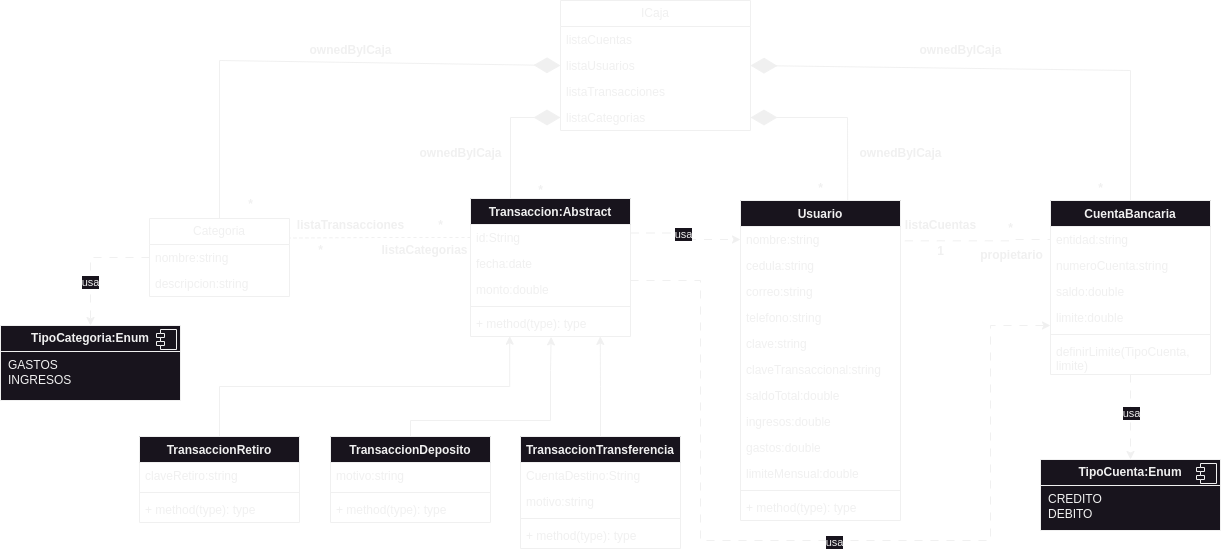
This is modeloClases.png from Jorge-ivan-aa/ProyectoFinal3, a draw.io export, as it was before one commit. Source tidied: cells renumbered, new cells last; positions are measured from the earlier drawing's top-left corner, leaving out a move shared by most shapes.
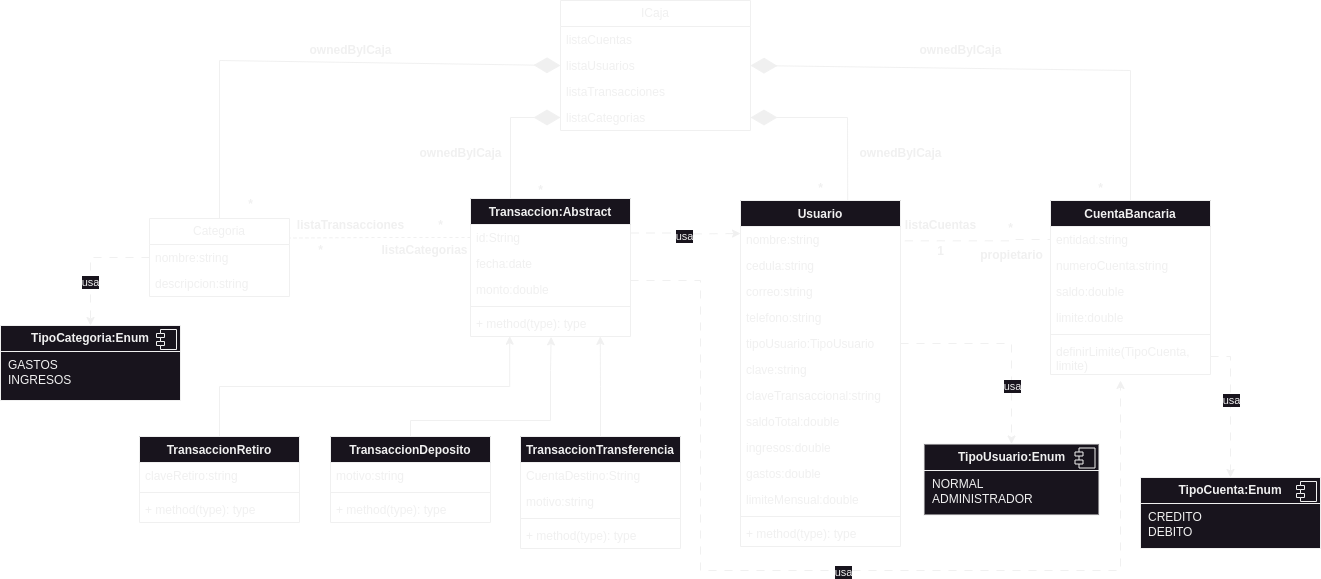
The same diagram one commit later.

Diff of the diagram source:
```diff
@@ -18,7 +18,7 @@
       <mxGeometry y="104" width="190" height="26" as="geometry" />
     </mxCell>
     <mxCell id="7" value="Usuario" style="swimlane;fontStyle=1;align=center;verticalAlign=top;horizontal=1;startSize=26;whiteSpace=wrap;html=1;" parent="1" vertex="1">
-      <mxGeometry x="740" y="200" width="160" height="320" as="geometry" />
+      <mxGeometry x="740" y="200" width="160" height="346" as="geometry" />
     </mxCell>
     <mxCell id="8" value="nombre:string" style="text;strokeColor=none;fillColor=none;align=left;verticalAlign=top;spacingLeft=4;spacingRight=4;overflow=hidden;points=[[0,0.5],[1,0.5]];portConstraint=eastwest;whiteSpace=wrap;html=1;" parent="7" vertex="1">
       <mxGeometry y="26" width="160" height="26" as="geometry" />
@@ -32,31 +32,34 @@
     <mxCell id="11" value="telefono:string" style="text;strokeColor=none;fillColor=none;align=left;verticalAlign=top;spacingLeft=4;spacingRight=4;overflow=hidden;whiteSpace=wrap;html=1;" parent="7" vertex="1">
       <mxGeometry y="104" width="160" height="26" as="geometry" />
     </mxCell>
+    <mxCell id="86" value="tipoUsuario:TipoUsuario" style="text;strokeColor=none;fillColor=none;align=left;verticalAlign=top;spacingLeft=4;spacingRight=4;overflow=hidden;points=[[0,0.5],[1,0.5]];portConstraint=eastwest;whiteSpace=wrap;html=1;" parent="7" vertex="1">
+      <mxGeometry y="130" width="160" height="26" as="geometry" />
+    </mxCell>
     <mxCell id="12" value="clave:string" style="text;strokeColor=none;fillColor=none;align=left;verticalAlign=top;spacingLeft=4;spacingRight=4;overflow=hidden;whiteSpace=wrap;html=1;" parent="7" vertex="1">
-      <mxGeometry y="130" width="160" height="26" as="geometry" />
+      <mxGeometry y="156" width="160" height="26" as="geometry" />
     </mxCell>
     <mxCell id="13" value="claveTransaccional:string" style="text;strokeColor=none;fillColor=none;align=left;verticalAlign=top;spacingLeft=4;spacingRight=4;overflow=hidden;whiteSpace=wrap;html=1;" parent="7" vertex="1">
-      <mxGeometry y="156" width="160" height="26" as="geometry" />
+      <mxGeometry y="182" width="160" height="26" as="geometry" />
     </mxCell>
     <mxCell id="14" value="saldoTotal:double" style="text;strokeColor=none;fillColor=none;align=left;verticalAlign=top;spacingLeft=4;spacingRight=4;overflow=hidden;whiteSpace=wrap;html=1;" parent="7" vertex="1">
-      <mxGeometry y="182" width="160" height="26" as="geometry" />
+      <mxGeometry y="208" width="160" height="26" as="geometry" />
     </mxCell>
     <mxCell id="15" value="ingresos:double" style="text;strokeColor=none;fillColor=none;align=left;verticalAlign=top;spacingLeft=4;spacingRight=4;overflow=hidden;whiteSpace=wrap;html=1;" parent="7" vertex="1">
-      <mxGeometry y="208" width="160" height="26" as="geometry" />
+      <mxGeometry y="234" width="160" height="26" as="geometry" />
     </mxCell>
     <mxCell id="16" value="gastos:double" style="text;strokeColor=none;fillColor=none;align=left;verticalAlign=top;spacingLeft=4;spacingRight=4;overflow=hidden;whiteSpace=wrap;html=1;" parent="7" vertex="1">
-      <mxGeometry y="234" width="160" height="26" as="geometry" />
+      <mxGeometry y="260" width="160" height="26" as="geometry" />
     </mxCell>
     <mxCell id="17" value="limiteMensual:double" style="text;strokeColor=none;fillColor=none;align=left;verticalAlign=top;spacingLeft=4;spacingRight=4;overflow=hidden;whiteSpace=wrap;html=1;" parent="7" vertex="1">
-      <mxGeometry y="260" width="160" height="26" as="geometry" />
+      <mxGeometry y="286" width="160" height="26" as="geometry" />
     </mxCell>
     <mxCell id="18" style="line;strokeWidth=1;fillColor=none;align=left;verticalAlign=middle;spacingTop=-1;spacingLeft=3;spacingRight=3;labelPosition=right;strokeColor=inherit;" parent="7" vertex="1">
-      <mxGeometry y="286" width="160" height="8" as="geometry" />
+      <mxGeometry y="312" width="160" height="8" as="geometry" />
     </mxCell>
     <mxCell id="19" value="+ method(type): type" style="text;strokeColor=none;fillColor=none;align=left;verticalAlign=top;spacingLeft=4;spacingRight=4;overflow=hidden;whiteSpace=wrap;html=1;" parent="7" vertex="1">
-      <mxGeometry y="294" width="160" height="26" as="geometry" />
+      <mxGeometry y="320" width="160" height="26" as="geometry" />
     </mxCell>
-    <mxCell id="20" style="edgeStyle=orthogonalEdgeStyle;rounded=0;jettySize=auto;html=1;entryX=0.5;entryY=0;entryDx=0;entryDy=0;dashed=1;dashPattern=8 8;" parent="1" edge="1" source="22" target="44">
+    <mxCell id="20" style="edgeStyle=orthogonalEdgeStyle;rounded=0;jettySize=auto;html=1;entryX=0.5;entryY=0;entryDx=0;entryDy=0;dashed=1;dashPattern=8 8;exitX=1;exitY=0.5;exitDx=0;exitDy=0;" parent="1" edge="1" source="28" target="44">
       <mxGeometry relative="1" as="geometry" />
     </mxCell>
     <mxCell id="21" value="usa" style="edgeLabel;html=1;align=center;verticalAlign=middle;" parent="20" vertex="1">
@@ -100,20 +103,22 @@
     </mxCell>
     <mxCell id="34" style="edgeStyle=orthogonalEdgeStyle;rounded=0;jettySize=auto;html=1;dashed=1;dashPattern=8 8;" parent="1" edge="1" source="38">
       <mxGeometry relative="1" as="geometry">
-        <mxPoint x="1050" y="325" as="targetPoint" />
+        <mxPoint x="1120" y="380" as="targetPoint" />
         <Array as="points">
           <mxPoint x="700" y="280" />
-          <mxPoint x="700" y="540" />
-          <mxPoint x="990" y="540" />
-          <mxPoint x="990" y="325" />
+          <mxPoint x="700" y="570" />
+          <mxPoint x="1120" y="570" />
+          <mxPoint x="1120" y="380" />
         </Array>
       </mxGeometry>
     </mxCell>
     <mxCell id="35" value="usa" style="edgeLabel;html=1;align=center;verticalAlign=middle;" parent="34" vertex="1">
       <mxGeometry x="0.03" y="-1" relative="1" as="geometry" />
     </mxCell>
-    <mxCell id="36" style="edgeStyle=orthogonalEdgeStyle;rounded=0;jettySize=auto;html=1;exitX=1;exitY=0.25;exitDx=0;exitDy=0;entryX=0;entryY=0.5;entryDx=0;entryDy=0;dashed=1;dashPattern=8 8;" parent="1" edge="1" source="38" target="8">
-      <mxGeometry relative="1" as="geometry" />
+    <mxCell id="36" style="edgeStyle=orthogonalEdgeStyle;rounded=0;jettySize=auto;html=1;exitX=1;exitY=0.25;exitDx=0;exitDy=0;dashed=1;dashPattern=8 8;" parent="1" edge="1" source="38">
+      <mxGeometry relative="1" as="geometry">
+        <mxPoint x="740" y="233" as="targetPoint" />
+      </mxGeometry>
     </mxCell>
     <mxCell id="37" value="usa" style="edgeLabel;html=1;align=center;verticalAlign=middle;" parent="36" vertex="1">
       <mxGeometry x="-0.04" y="-3" relative="1" as="geometry" />
@@ -137,7 +142,7 @@
       <mxGeometry y="112" width="160" height="26" as="geometry" />
     </mxCell>
     <mxCell id="44" value="&lt;p style=&quot;margin:0px;margin-top:6px;text-align:center;&quot;&gt;&lt;b&gt;TipoCuenta:Enum&lt;/b&gt;&lt;/p&gt;&lt;hr size=&quot;1&quot; style=&quot;border-style:solid;&quot;&gt;&lt;p style=&quot;margin:0px;margin-left:8px;&quot;&gt;CREDITO&lt;/p&gt;&lt;p style=&quot;margin:0px;margin-left:8px;&quot;&gt;DEBITO&lt;/p&gt;" style="align=left;overflow=fill;html=1;whiteSpace=wrap;" parent="1" vertex="1">
-      <mxGeometry x="1040" y="459" width="180" height="71" as="geometry" />
+      <mxGeometry x="1140" y="477" width="180" height="71" as="geometry" />
     </mxCell>
     <mxCell id="45" style="shape=component;jettyWidth=8;jettyHeight=4;" parent="44" vertex="1">
       <mxGeometry x="1" width="20" height="20" relative="1" as="geometry">
@@ -290,5 +295,19 @@
     <mxCell id="85" value="usa" style="edgeLabel;html=1;align=center;verticalAlign=middle;" parent="84" vertex="1">
       <mxGeometry x="0.3" y="-1" relative="1" as="geometry" />
     </mxCell>
+    <mxCell id="87" value="&lt;p style=&quot;margin:0px;margin-top:6px;text-align:center;&quot;&gt;&lt;b&gt;TipoUsuario:Enum&lt;/b&gt;&lt;/p&gt;&lt;hr size=&quot;1&quot; style=&quot;border-style:solid;&quot;&gt;&lt;p style=&quot;margin:0px;margin-left:8px;&quot;&gt;NORMAL&lt;/p&gt;&lt;p style=&quot;margin:0px;margin-left:8px;&quot;&gt;ADMINISTRADOR&lt;/p&gt;" style="align=left;overflow=fill;html=1;whiteSpace=wrap;" parent="1" vertex="1">
+      <mxGeometry x="923.5" y="443.5" width="175" height="71" as="geometry" />
+    </mxCell>
+    <mxCell id="88" style="shape=component;jettyWidth=8;jettyHeight=4;" parent="87" vertex="1">
+      <mxGeometry x="1" width="20" height="20" relative="1" as="geometry">
+        <mxPoint x="-24" y="4" as="offset" />
+      </mxGeometry>
+    </mxCell>
+    <mxCell id="89" style="edgeStyle=orthogonalEdgeStyle;rounded=0;jettySize=auto;html=1;dashed=1;dashPattern=8 8;exitX=1;exitY=0.5;exitDx=0;exitDy=0;" parent="1" edge="1" source="86" target="87">
+      <mxGeometry relative="1" as="geometry" />
+    </mxCell>
+    <mxCell id="90" value="usa" style="edgeLabel;html=1;align=center;verticalAlign=middle;" parent="89" vertex="1">
+      <mxGeometry x="0.44" relative="1" as="geometry" />
+    </mxCell>
   </root>
 </mxGraphModel>
```
